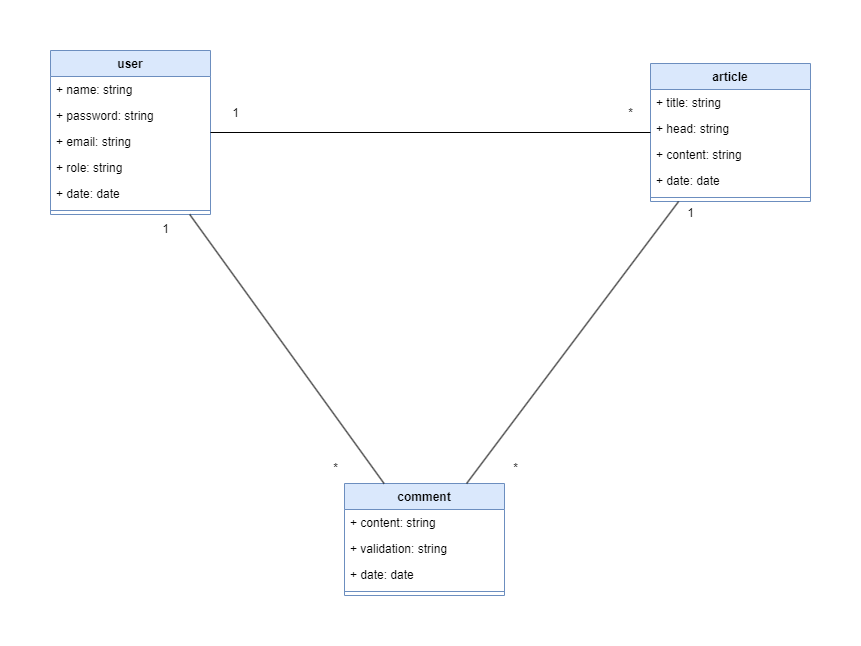
Earlier version of the draw.io export public/UML/Class.png (lau-last/framework-php). Source tidied: cells renumbered, new cells last; positions are measured from the earlier drawing's top-left corner, leaving out a move shared by most shapes.
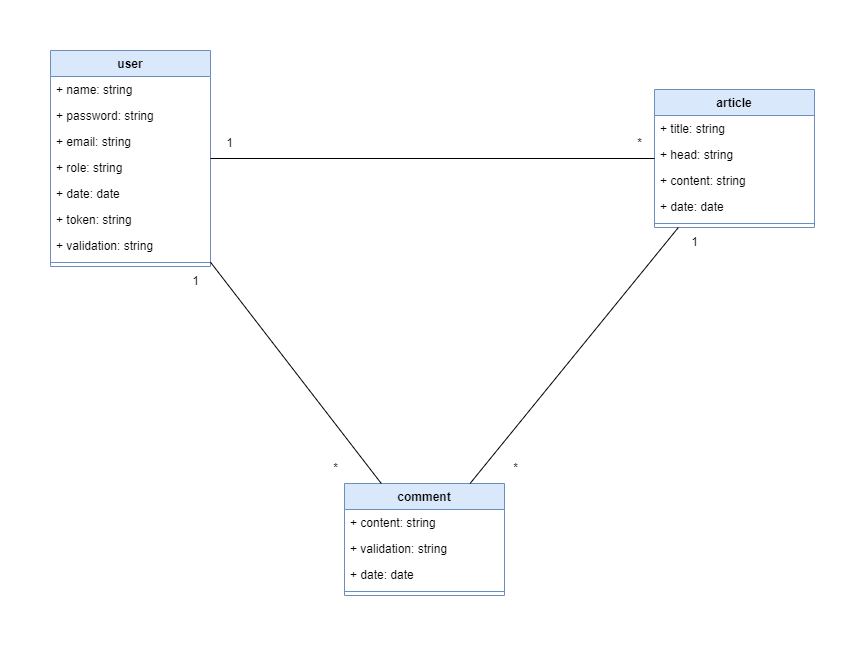
The same file after the commit.

Commit message:
sql with data, diagrams update, readme ok

Change to the diagram source:
```diff
@@ -3,7 +3,7 @@
     <mxCell id="0" />
     <mxCell id="1" parent="0" />
     <mxCell id="2" value="article" style="swimlane;fontStyle=1;align=center;verticalAlign=top;horizontal=1;startSize=26;whiteSpace=wrap;html=1;fillColor=#dae8fc;strokeColor=#6c8ebf;" parent="1" vertex="1">
-      <mxGeometry x="600" y="13" width="160" height="138" as="geometry" />
+      <mxGeometry x="604" y="39" width="160" height="138" as="geometry" />
     </mxCell>
     <mxCell id="3" value="+ title: string" style="text;strokeColor=none;fillColor=none;align=left;verticalAlign=top;spacingLeft=4;spacingRight=4;overflow=hidden;whiteSpace=wrap;html=1;" parent="2" vertex="1">
       <mxGeometry y="26" width="160" height="26" as="geometry" />
@@ -36,7 +36,7 @@
       <mxGeometry y="104" width="160" height="8" as="geometry" />
     </mxCell>
     <mxCell id="13" value="user" style="swimlane;fontStyle=1;align=center;verticalAlign=top;horizontal=1;startSize=26;whiteSpace=wrap;html=1;fillColor=#dae8fc;strokeColor=#6c8ebf;" parent="1" vertex="1">
-      <mxGeometry width="160" height="164" as="geometry" />
+      <mxGeometry width="160" height="216" as="geometry" />
     </mxCell>
     <mxCell id="14" value="+ name: string" style="text;strokeColor=none;fillColor=none;align=left;verticalAlign=top;spacingLeft=4;spacingRight=4;overflow=hidden;whiteSpace=wrap;html=1;" parent="13" vertex="1">
       <mxGeometry y="26" width="160" height="26" as="geometry" />
@@ -50,11 +50,17 @@
     <mxCell id="17" value="+ role: string" style="text;strokeColor=none;fillColor=none;align=left;verticalAlign=top;spacingLeft=4;spacingRight=4;overflow=hidden;whiteSpace=wrap;html=1;" parent="13" vertex="1">
       <mxGeometry y="104" width="160" height="26" as="geometry" />
     </mxCell>
+    <mxCell id="29" value="+ date: date" style="text;strokeColor=none;fillColor=none;align=left;verticalAlign=top;spacingLeft=4;spacingRight=4;overflow=hidden;whiteSpace=wrap;html=1;" parent="13" vertex="1">
+      <mxGeometry y="130" width="160" height="26" as="geometry" />
+    </mxCell>
+    <mxCell id="30" value="+ token: string" style="text;strokeColor=none;fillColor=none;align=left;verticalAlign=top;spacingLeft=4;spacingRight=4;overflow=hidden;whiteSpace=wrap;html=1;" parent="13" vertex="1">
+      <mxGeometry y="156" width="160" height="26" as="geometry" />
+    </mxCell>
-    <mxCell id="18" value="+ date: date" style="text;strokeColor=none;fillColor=none;align=left;verticalAlign=top;spacingLeft=4;spacingRight=4;overflow=hidden;whiteSpace=wrap;html=1;" parent="13" vertex="1">
-      <mxGeometry y="130" width="160" height="26" as="geometry" />
+    <mxCell id="18" value="+ validation: string" style="text;strokeColor=none;fillColor=none;align=left;verticalAlign=top;spacingLeft=4;spacingRight=4;overflow=hidden;whiteSpace=wrap;html=1;" parent="13" vertex="1">
+      <mxGeometry y="182" width="160" height="26" as="geometry" />
     </mxCell>
     <mxCell id="19" style="line;strokeWidth=1;fillColor=none;align=left;verticalAlign=middle;spacingTop=-1;spacingLeft=3;spacingRight=3;labelPosition=right;strokeColor=inherit;" parent="13" vertex="1">
-      <mxGeometry y="156" width="160" height="8" as="geometry" />
+      <mxGeometry y="208" width="160" height="8" as="geometry" />
     </mxCell>
     <mxCell id="20" style="endArrow=none;html=1;rounded=0;" parent="1" edge="1" source="13" target="2">
       <mxGeometry relative="1" as="geometry" />
@@ -66,22 +72,22 @@
       <mxGeometry relative="1" as="geometry" />
     </mxCell>
     <mxCell id="23" value="*" style="text;html=1;align=center;verticalAlign=middle;strokeColor=none;fillColor=none;" parent="1" vertex="1">
-      <mxGeometry x="565" y="48" width="30" height="30" as="geometry" />
+      <mxGeometry x="574" y="78" width="30" height="30" as="geometry" />
     </mxCell>
     <mxCell id="24" value="1" style="text;html=1;align=center;verticalAlign=middle;strokeColor=none;fillColor=none;" parent="1" vertex="1">
-      <mxGeometry x="170" y="48" width="30" height="30" as="geometry" />
+      <mxGeometry x="164" y="78" width="30" height="30" as="geometry" />
     </mxCell>
     <mxCell id="25" value="*" style="text;html=1;align=center;verticalAlign=middle;strokeColor=none;fillColor=none;" parent="1" vertex="1">
       <mxGeometry x="270" y="403" width="30" height="30" as="geometry" />
     </mxCell>
     <mxCell id="26" value="1" style="text;html=1;align=center;verticalAlign=middle;strokeColor=none;fillColor=none;" parent="1" vertex="1">
-      <mxGeometry x="100" y="164" width="30" height="30" as="geometry" />
+      <mxGeometry x="130" y="216" width="30" height="30" as="geometry" />
     </mxCell>
     <mxCell id="27" value="*" style="text;html=1;align=center;verticalAlign=middle;strokeColor=none;fillColor=none;" parent="1" vertex="1">
       <mxGeometry x="450" y="403" width="30" height="30" as="geometry" />
     </mxCell>
     <mxCell id="28" value="1" style="text;html=1;align=center;verticalAlign=middle;strokeColor=none;fillColor=none;" parent="1" vertex="1">
-      <mxGeometry x="625" y="148" width="30" height="30" as="geometry" />
+      <mxGeometry x="629" y="177" width="30" height="30" as="geometry" />
     </mxCell>
   </root>
 </mxGraphModel>
```
